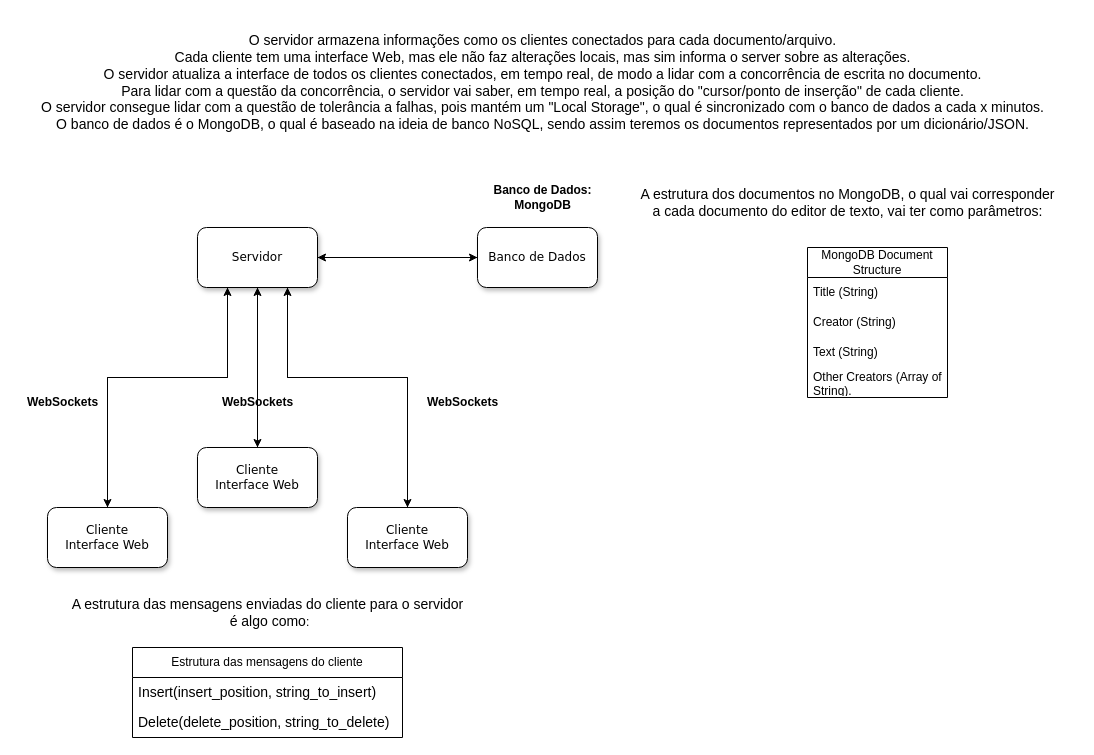
The draw.io diagram assets/Portuguese/TextSync-PT.drawio in BrenoFariasdaSilva/TextSync, before the edit. Source tidied: cells renumbered, new cells numbered last; positions are measured from the earlier drawing's top-left corner, leaving out a move shared by most shapes. Both pictures are drawn from the tidied source at 100%, with x=0, y=0 at pixel (17, 27).
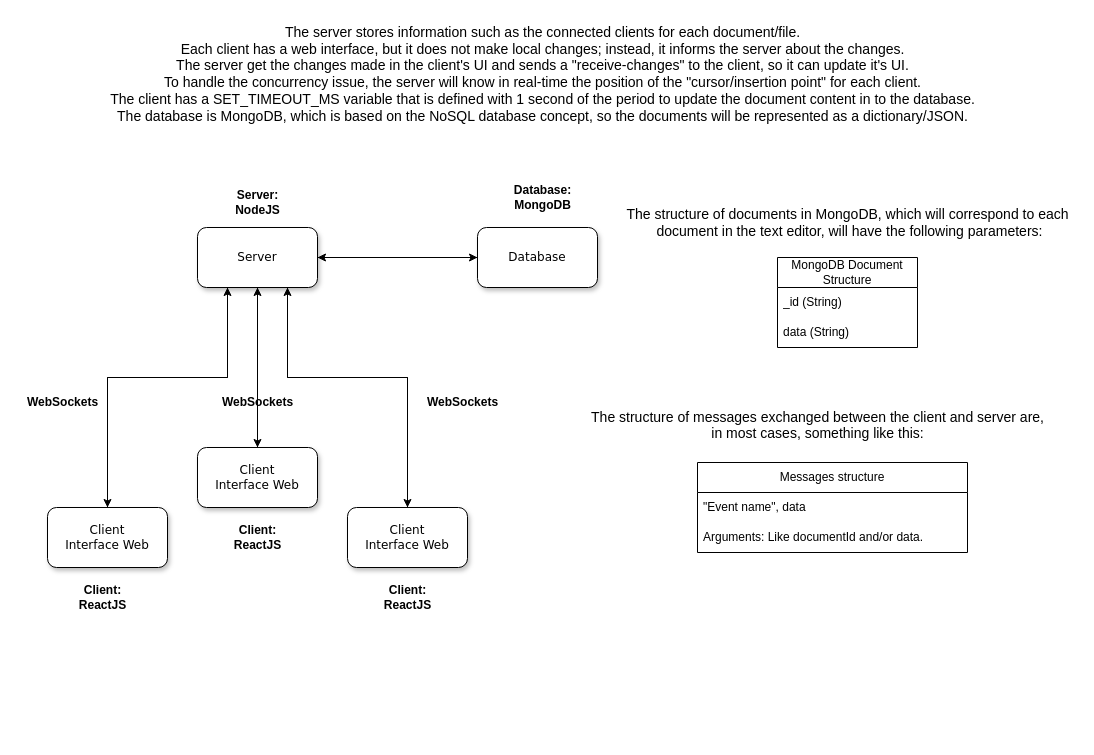
Above is the later version.

Change to the diagram source:
```diff
@@
-    <mxCell id="3" value="Banco de Dados" style="whiteSpace=wrap;html=1;rounded=1;shadow=1;labelBackgroundColor=none;strokeWidth=1;fontFamily=Verdana;fontSize=12;align=center;" parent="1" vertex="1">
+    <mxCell id="3" value="Database" style="whiteSpace=wrap;html=1;rounded=1;shadow=1;labelBackgroundColor=none;strokeWidth=1;fontFamily=Verdana;fontSize=12;align=center;" parent="1" vertex="1">
       <mxGeometry x="460" y="200" width="120" height="60" as="geometry" />
     </mxCell>
@@
-    <mxCell id="8" value="&lt;span&gt;Servidor&lt;/span&gt;" style="whiteSpace=wrap;html=1;rounded=1;shadow=1;labelBackgroundColor=none;strokeWidth=1;fontFamily=Verdana;fontSize=12;align=center;" parent="1" vertex="1">
+    <mxCell id="8" value="&lt;span&gt;Server&lt;/span&gt;" style="whiteSpace=wrap;html=1;rounded=1;shadow=1;labelBackgroundColor=none;strokeWidth=1;fontFamily=Verdana;fontSize=12;align=center;" parent="1" vertex="1">
       <mxGeometry x="180" y="200" width="120" height="60" as="geometry" />
     </mxCell>
@@
-    <mxCell id="10" value="Cliente&lt;br style=&quot;border-color: var(--border-color);&quot;&gt;Interface Web" style="whiteSpace=wrap;html=1;rounded=1;shadow=1;labelBackgroundColor=none;strokeWidth=1;fontFamily=Verdana;fontSize=12;align=center;" parent="1" vertex="1">
+    <mxCell id="10" value="Client&lt;br style=&quot;border-color: var(--border-color);&quot;&gt;Interface Web" style="whiteSpace=wrap;html=1;rounded=1;shadow=1;labelBackgroundColor=none;strokeWidth=1;fontFamily=Verdana;fontSize=12;align=center;" parent="1" vertex="1">
       <mxGeometry x="30" y="480" width="120" height="60" as="geometry" />
     </mxCell>
@@
-    <mxCell id="12" value="&lt;span&gt;Cliente&lt;br&gt;Interface Web&lt;br&gt;&lt;/span&gt;" style="whiteSpace=wrap;html=1;rounded=1;shadow=1;labelBackgroundColor=none;strokeWidth=1;fontFamily=Verdana;fontSize=12;align=center;" parent="1" vertex="1">
+    <mxCell id="12" value="&lt;span&gt;Client&lt;br&gt;Interface Web&lt;br&gt;&lt;/span&gt;" style="whiteSpace=wrap;html=1;rounded=1;shadow=1;labelBackgroundColor=none;strokeWidth=1;fontFamily=Verdana;fontSize=12;align=center;" parent="1" vertex="1">
       <mxGeometry x="180" y="420" width="120" height="60" as="geometry" />
     </mxCell>
@@
-    <mxCell id="14" value="Cliente&lt;br style=&quot;border-color: var(--border-color);&quot;&gt;Interface Web" style="whiteSpace=wrap;html=1;rounded=1;shadow=1;labelBackgroundColor=none;strokeWidth=1;fontFamily=Verdana;fontSize=12;align=center;" parent="1" vertex="1">
+    <mxCell id="14" value="Client&lt;br style=&quot;border-color: var(--border-color);&quot;&gt;Interface Web" style="whiteSpace=wrap;html=1;rounded=1;shadow=1;labelBackgroundColor=none;strokeWidth=1;fontFamily=Verdana;fontSize=12;align=center;" parent="1" vertex="1">
       <mxGeometry x="330" y="480" width="120" height="60" as="geometry" />
     </mxCell>
-    <mxCell id="15" value="&lt;div&gt;&lt;b&gt;Banco de Dados:&lt;/b&gt;&lt;b&gt;&lt;br&gt;&lt;/b&gt;&lt;/div&gt;&lt;div&gt;&lt;b&gt;MongoDB&lt;/b&gt;&lt;/div&gt;" style="text;html=1;align=center;verticalAlign=middle;strokeColor=none;fillColor=none;" parent="1" vertex="1">
-      <mxGeometry x="465" y="150" width="120" height="40" as="geometry" />
+    <mxCell id="15" value="&lt;div&gt;&lt;b&gt;Database:&lt;/b&gt;&lt;b&gt;&lt;br&gt;&lt;/b&gt;&lt;/div&gt;&lt;div&gt;&lt;b&gt;MongoDB&lt;/b&gt;&lt;/div&gt;" style="text;html=1;align=center;verticalAlign=middle;strokeColor=none;fillColor=none;" parent="1" vertex="1">
+      <mxGeometry x="485" y="150" width="80" height="40" as="geometry" />
     </mxCell>
@@
-    <mxCell id="19" value="&lt;div style=&quot;font-size: 14px;&quot;&gt;&lt;font style=&quot;font-size: 14px;&quot;&gt;O servidor armazena informações como os clientes conectados para cada documento/arquivo.&lt;/font&gt;&lt;/div&gt;&lt;div style=&quot;font-size: 14px;&quot;&gt;&lt;font style=&quot;font-size: 14px;&quot;&gt;Cada cliente tem uma interface Web, mas ele não faz alterações locais, mas sim informa o server sobre as alterações.&lt;font style=&quot;font-size: 14px;&quot;&gt;&lt;br&gt;&lt;/font&gt;&lt;/font&gt;&lt;/div&gt;&lt;div style=&quot;font-size: 14px;&quot;&gt;&lt;font style=&quot;font-size: 14px;&quot;&gt;&lt;font style=&quot;font-size: 14px;&quot;&gt;O servidor atualiza a interface de todos os clientes conectados, em tempo real, de modo a lidar com a concorrência de escrita no documento.&lt;br&gt;&lt;/font&gt;&lt;/font&gt; &lt;/div&gt;&lt;div style=&quot;font-size: 14px;&quot;&gt;&lt;font style=&quot;font-size: 14px;&quot;&gt;Para lidar com a questão da concorrência, o servidor vai saber, em tempo real, a posição do &quot;cursor/ponto de inserção&quot; de cada cliente.&lt;font style=&quot;font-size: 14px;&quot;&gt;&lt;br&gt;&lt;/font&gt;&lt;/font&gt;&lt;/div&gt;&lt;div style=&quot;font-size: 14px;&quot;&gt;O servidor consegue lidar com a questão de tolerância a falhas, pois mantém um &quot;Local Storage&quot;, o qual é sincronizado com o banco de dados a cada x minutos.&lt;/div&gt;&lt;div style=&quot;font-size: 14px;&quot;&gt;O banco de dados é o MongoDB, o qual é baseado na ideia de banco NoSQL, sendo assim teremos os documentos representados por um dicionário/JSON.&lt;br&gt;&lt;/div&gt;" style="text;html=1;align=center;verticalAlign=middle;strokeColor=none;fillColor=none;" parent="1" vertex="1">
-      <mxGeometry x="10" width="1030" height="110" as="geometry" />
-    </mxCell>
+    <mxCell id="25" value="MongoDB Document Structure" style="swimlane;fontStyle=0;horizontal=1;startSize=30;whiteSpace=wrap;html=1;" parent="1" vertex="1">
+      <mxGeometry x="760" y="230" width="140" height="90" as="geometry" />
+    </mxCell>
+    <mxCell id="30" value="_id (String)" style="text;strokeColor=none;fillColor=none;align=left;verticalAlign=middle;spacingLeft=4;spacingRight=4;overflow=hidden;whiteSpace=wrap;html=1;" parent="25" vertex="1">
+      <mxGeometry y="30" width="140" height="30" as="geometry" />
+    </mxCell>
+    <mxCell id="31" value="data (String)" style="text;strokeColor=none;fillColor=none;align=left;verticalAlign=middle;spacingLeft=4;spacingRight=4;overflow=hidden;whiteSpace=wrap;html=1;" parent="25" vertex="1">
+      <mxGeometry y="60" width="140" height="30" as="geometry" />
+    </mxCell>
-    <mxCell id="20" value="&lt;div style=&quot;font-size: 14px;&quot;&gt;&lt;font style=&quot;font-size: 14px;&quot;&gt;A estrutura dos documentos no MongoDB, o qual vai corresponder &lt;br&gt;&lt;/font&gt;&lt;/div&gt;&lt;div style=&quot;font-size: 14px;&quot;&gt;&lt;font style=&quot;font-size: 14px;&quot;&gt;a cada documento do editor de texto, vai ter como parâmetros: &lt;/font&gt;&lt;/div&gt;" style="text;html=1;align=center;verticalAlign=middle;strokeColor=none;fillColor=none;" parent="1" vertex="1">
-      <mxGeometry x="610" y="150" width="440" height="50" as="geometry" />
+    <mxCell id="20" value="&lt;div&gt;&lt;font style=&quot;font-size: 14px;&quot;&gt;The structure of documents in MongoDB, which will correspond to each&lt;/font&gt;&lt;/div&gt;&lt;div&gt;&lt;font style=&quot;font-size: 14px;&quot;&gt;&amp;nbsp;document in the text editor, will have the following parameters:&lt;/font&gt;&lt;/div&gt;&lt;font style=&quot;font-size: 14px;&quot;&gt;&lt;/font&gt;" style="text;html=1;align=center;verticalAlign=middle;strokeColor=none;fillColor=none;" parent="1" vertex="1">
+      <mxGeometry x="600" y="170" width="460" height="50" as="geometry" />
     </mxCell>
-    <mxCell id="21" value="&lt;div style=&quot;font-size: 14px;&quot;&gt;&lt;font style=&quot;font-size: 14px;&quot;&gt;A estrutura das mensagens enviadas do cliente para o servidor&lt;br&gt;&lt;/font&gt;&lt;/div&gt;&lt;div&gt;&lt;font style=&quot;font-size: 14px;&quot;&gt;&amp;nbsp;é algo como&lt;/font&gt;:&lt;/div&gt;" style="text;html=1;align=center;verticalAlign=middle;strokeColor=none;fillColor=none;" parent="1" vertex="1">
-      <mxGeometry x="40" y="560" width="420" height="50" as="geometry" />
+    <mxCell id="21" value="&lt;div&gt;&lt;font style=&quot;font-size: 14px;&quot;&gt;The structure of messages exchanged between the client and server are, &lt;br&gt;&lt;/font&gt;&lt;/div&gt;&lt;div&gt;&lt;font style=&quot;font-size: 14px;&quot;&gt;in most cases, something like this:&lt;/font&gt;&lt;/div&gt;&lt;div&gt;&lt;br&gt;&lt;/div&gt;" style="text;html=1;align=center;verticalAlign=middle;strokeColor=none;fillColor=none;" parent="1" vertex="1">
+      <mxGeometry x="565" y="375" width="470" height="60" as="geometry" />
     </mxCell>
-    <mxCell id="22" value="Estrutura das mensagens do cliente" style="swimlane;fontStyle=0;horizontal=1;startSize=30;whiteSpace=wrap;html=1;" parent="1" vertex="1">
-      <mxGeometry x="115" y="620" width="270" height="90" as="geometry" />
+    <mxCell id="22" value="Messages structure" style="swimlane;fontStyle=0;horizontal=1;startSize=30;whiteSpace=wrap;html=1;" parent="1" vertex="1">
+      <mxGeometry x="680" y="435" width="270" height="90" as="geometry" />
     </mxCell>
-    <mxCell id="23" value="&lt;font style=&quot;font-size: 14px;&quot;&gt;&lt;font style=&quot;font-size: 14px;&quot;&gt;Insert(insert_position, string_to_insert)&lt;/font&gt;&lt;/font&gt;" style="text;strokeColor=none;fillColor=none;align=left;verticalAlign=middle;spacingLeft=4;spacingRight=4;overflow=hidden;whiteSpace=wrap;html=1;" parent="22" vertex="1">
+    <mxCell id="23" value="&quot;Event name&quot;, data" style="text;strokeColor=none;fillColor=none;align=left;verticalAlign=middle;spacingLeft=4;spacingRight=4;overflow=hidden;whiteSpace=wrap;html=1;" parent="22" vertex="1">
       <mxGeometry y="30" width="270" height="30" as="geometry" />
     </mxCell>
-    <mxCell id="24" value="&lt;font style=&quot;font-size: 14px;&quot;&gt;&lt;font style=&quot;font-size: 14px;&quot;&gt;Delete(delete_position, string_to_&lt;/font&gt;&lt;/font&gt;&lt;font style=&quot;font-size: 14px;&quot;&gt;&lt;font style=&quot;font-size: 14px;&quot;&gt;delete&lt;/font&gt;&lt;/font&gt;&lt;font style=&quot;font-size: 14px;&quot;&gt;&lt;font style=&quot;font-size: 14px;&quot;&gt;)&lt;/font&gt;&lt;/font&gt;" style="text;strokeColor=none;fillColor=none;align=left;verticalAlign=middle;spacingLeft=4;spacingRight=4;overflow=hidden;whiteSpace=wrap;html=1;" parent="22" vertex="1">
+    <mxCell id="24" value="Arguments: Like documentId and/or data." style="text;strokeColor=none;fillColor=none;align=left;verticalAlign=middle;spacingLeft=4;spacingRight=4;overflow=hidden;whiteSpace=wrap;html=1;" parent="22" vertex="1">
       <mxGeometry y="60" width="270" height="30" as="geometry" />
     </mxCell>
-    <mxCell id="25" value="MongoDB Document Structure" style="swimlane;fontStyle=0;horizontal=1;startSize=30;whiteSpace=wrap;html=1;" parent="1" vertex="1">
-      <mxGeometry x="790" y="220" width="140" height="150" as="geometry" />
-    </mxCell>
-    <mxCell id="26" value="Title (String)" style="text;strokeColor=none;fillColor=none;align=left;verticalAlign=middle;spacingLeft=4;spacingRight=4;overflow=hidden;whiteSpace=wrap;html=1;" parent="25" vertex="1">
-      <mxGeometry y="30" width="140" height="30" as="geometry" />
-    </mxCell>
-    <mxCell id="27" value="Creator (String)" style="text;strokeColor=none;fillColor=none;align=left;verticalAlign=middle;spacingLeft=4;spacingRight=4;overflow=hidden;whiteSpace=wrap;html=1;" parent="25" vertex="1">
-      <mxGeometry y="60" width="140" height="30" as="geometry" />
-    </mxCell>
-    <mxCell id="28" value="Text  (String)" style="text;strokeColor=none;fillColor=none;align=left;verticalAlign=middle;spacingLeft=4;spacingRight=4;overflow=hidden;whiteSpace=wrap;html=1;" parent="25" vertex="1">
-      <mxGeometry y="90" width="140" height="30" as="geometry" />
-    </mxCell>
-    <mxCell id="29" value="Other Creators (Array of String)." style="text;strokeColor=none;fillColor=none;align=left;verticalAlign=middle;spacingLeft=4;spacingRight=4;overflow=hidden;whiteSpace=wrap;html=1;" parent="25" vertex="1">
-      <mxGeometry y="120" width="140" height="30" as="geometry" />
-    </mxCell>
+    <mxCell id="32" value="&lt;font style=&quot;font-size: 14px;&quot;&gt;The server stores information such as the connected clients for each document/file.&lt;br&gt;Each client has a web interface, but it does not make local changes; instead, it informs the server about the changes.&lt;br&gt;The server get the changes made in the client's UI and sends a &quot;receive-changes&quot; to the client, so it can update it's UI.&lt;br&gt;To handle the concurrency issue, the server will know in real-time the position of the &quot;cursor/insertion point&quot; for each client.&lt;br&gt;The client has a SET_TIMEOUT_MS variable that is defined with 1 second of the period to update the document content in to the database.&lt;br&gt;The database is MongoDB, which is based on the NoSQL database concept, so the documents will be represented as a dictionary/JSON.&lt;br&gt;&lt;br&gt;&lt;/font&gt;" style="text;html=1;align=center;verticalAlign=middle;strokeColor=none;fillColor=none;" parent="1" vertex="1">
+      <mxGeometry x="80" y="-10" width="890" height="130" as="geometry" />
+    </mxCell>
+    <mxCell id="33" value="&lt;div&gt;&lt;b&gt;Server:&lt;/b&gt;&lt;/div&gt;&lt;div&gt;&lt;b&gt;NodeJS&lt;br&gt;&lt;/b&gt;&lt;/div&gt;" style="text;html=1;align=center;verticalAlign=middle;strokeColor=none;fillColor=none;" parent="1" vertex="1">
+      <mxGeometry x="205" y="155" width="70" height="40" as="geometry" />
+    </mxCell>
+    <mxCell id="34" value="&lt;div&gt;&lt;b&gt;Client:&lt;/b&gt;&lt;/div&gt;&lt;div&gt;&lt;b&gt;ReactJS&lt;br&gt;&lt;/b&gt;&lt;/div&gt;" style="text;html=1;align=center;verticalAlign=middle;strokeColor=none;fillColor=none;" parent="1" vertex="1">
+      <mxGeometry x="50" y="550" width="70" height="40" as="geometry" />
+    </mxCell>
+    <mxCell id="35" value="&lt;div&gt;&lt;b&gt;Client:&lt;/b&gt;&lt;/div&gt;&lt;div&gt;&lt;b&gt;ReactJS&lt;br&gt;&lt;/b&gt;&lt;/div&gt;" style="text;html=1;align=center;verticalAlign=middle;strokeColor=none;fillColor=none;" parent="1" vertex="1">
+      <mxGeometry x="205" y="490" width="70" height="40" as="geometry" />
+    </mxCell>
+    <mxCell id="36" value="&lt;div&gt;&lt;b&gt;Client:&lt;/b&gt;&lt;/div&gt;&lt;div&gt;&lt;b&gt;ReactJS&lt;br&gt;&lt;/b&gt;&lt;/div&gt;" style="text;html=1;align=center;verticalAlign=middle;strokeColor=none;fillColor=none;" parent="1" vertex="1">
+      <mxGeometry x="355" y="550" width="70" height="40" as="geometry" />
+    </mxCell>
```
